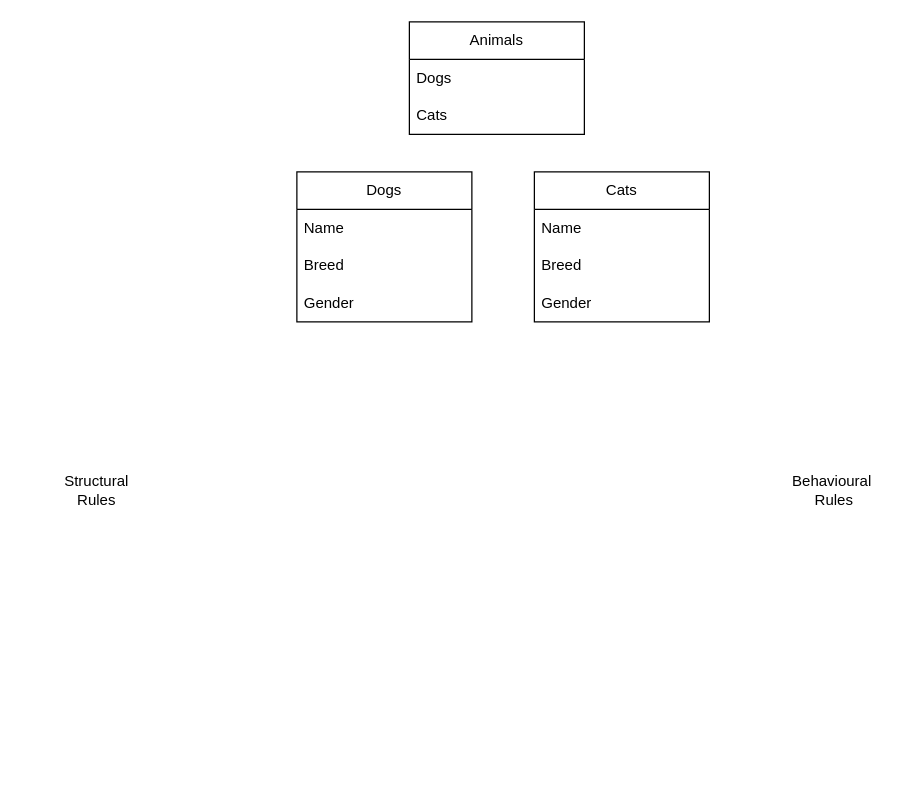
The draw.io diagram erd.drawio in Jubibani/Jubibani, before the edit. Source tidied: cells renumbered, new cells numbered last; positions are measured from the earlier drawing's top-left corner, leaving out a move shared by most shapes. Both pictures are drawn from the tidied source at 125%, with x=0, y=0 at pixel (59, 21).
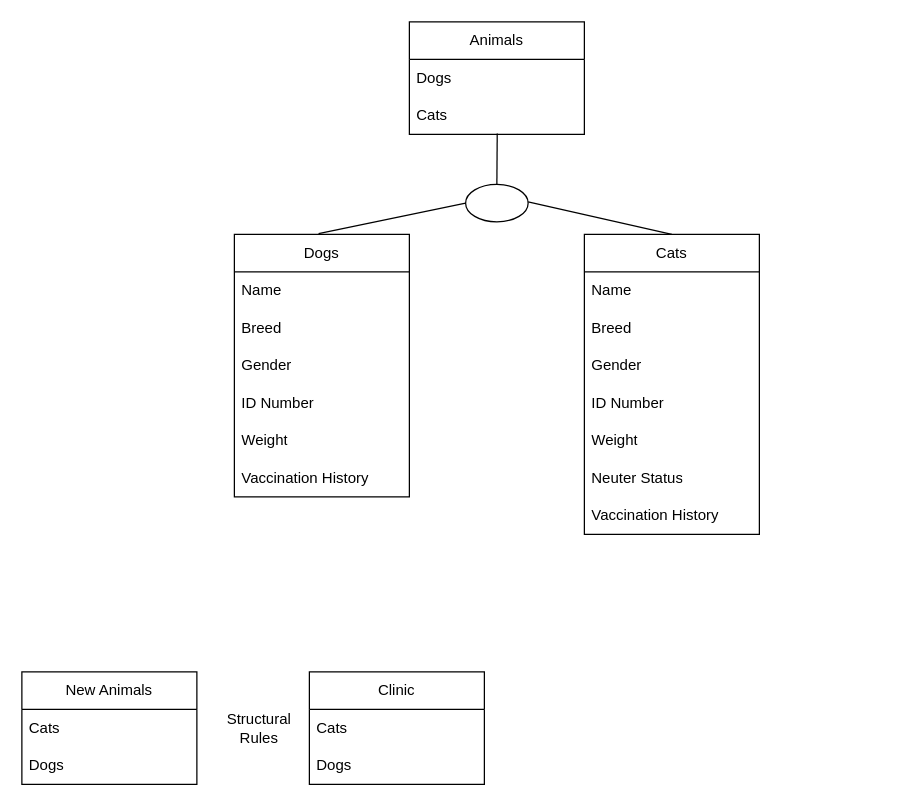
The same page after the edit.

Unchanged cells that the change refers to:
```xml
<mxCell id="4" value="Cats" style="text;strokeColor=none;fillColor=none;align=left;verticalAlign=middle;spacingLeft=4;spacingRight=4;overflow=hidden;points=[[0,0.5],[1,0.5]];portConstraint=eastwest;whiteSpace=wrap;html=1;" parent="2" vertex="1">
  <mxGeometry y="60" width="140" height="30" as="geometry" />
</mxCell>
```

Change to the diagram source:
```diff
@@
     <mxCell id="5" value="Dogs" style="swimlane;fontStyle=0;horizontal=1;startSize=30;whiteSpace=wrap;html=1;" parent="1" vertex="1">
-      <mxGeometry x="190" y="120" width="140" height="120" as="geometry" />
+      <mxGeometry x="140" y="170" width="140" height="210" as="geometry" />
     </mxCell>
@@
+    <mxCell id="15" value="ID Number" style="text;strokeColor=none;fillColor=none;align=left;verticalAlign=middle;spacingLeft=4;spacingRight=4;overflow=hidden;whiteSpace=wrap;html=1;" parent="5" vertex="1">
+      <mxGeometry y="120" width="140" height="30" as="geometry" />
+    </mxCell>
+    <mxCell id="16" value="Weight" style="text;strokeColor=none;fillColor=none;align=left;verticalAlign=middle;spacingLeft=4;spacingRight=4;overflow=hidden;whiteSpace=wrap;html=1;" parent="5" vertex="1">
+      <mxGeometry y="150" width="140" height="30" as="geometry" />
+    </mxCell>
+    <mxCell id="17" value="Vaccination History" style="text;strokeColor=none;fillColor=none;align=left;verticalAlign=middle;spacingLeft=4;spacingRight=4;overflow=hidden;whiteSpace=wrap;html=1;" parent="5" vertex="1">
+      <mxGeometry y="180" width="140" height="30" as="geometry" />
+    </mxCell>
+    <mxCell id="13" value="Structural Rules" style="text;html=1;strokeColor=none;fillColor=none;align=center;verticalAlign=middle;whiteSpace=wrap;rounded=0;" parent="1" vertex="1">
+      <mxGeometry x="130" y="550" width="60" height="30" as="geometry" />
+    </mxCell>
+    <mxCell id="18" value="New Animals" style="swimlane;fontStyle=0;horizontal=1;startSize=30;whiteSpace=wrap;html=1;" parent="1" vertex="1">
+      <mxGeometry x="-30" y="520" width="140" height="90" as="geometry" />
+    </mxCell>
+    <mxCell id="19" value="Cats" style="text;strokeColor=none;fillColor=none;align=left;verticalAlign=middle;spacingLeft=4;spacingRight=4;overflow=hidden;whiteSpace=wrap;html=1;" parent="18" vertex="1">
+      <mxGeometry y="30" width="140" height="30" as="geometry" />
+    </mxCell>
+    <mxCell id="20" value="Dogs" style="text;strokeColor=none;fillColor=none;align=left;verticalAlign=middle;spacingLeft=4;spacingRight=4;overflow=hidden;whiteSpace=wrap;html=1;" parent="18" vertex="1">
+      <mxGeometry y="60" width="140" height="30" as="geometry" />
+    </mxCell>
+    <mxCell id="21" value="Clinic" style="swimlane;fontStyle=0;horizontal=1;startSize=30;whiteSpace=wrap;html=1;" parent="1" vertex="1">
+      <mxGeometry x="200" y="520" width="140" height="90" as="geometry" />
+    </mxCell>
+    <mxCell id="22" value="Cats" style="text;strokeColor=none;fillColor=none;align=left;verticalAlign=middle;spacingLeft=4;spacingRight=4;overflow=hidden;whiteSpace=wrap;html=1;" parent="21" vertex="1">
+      <mxGeometry y="30" width="140" height="30" as="geometry" />
+    </mxCell>
+    <mxCell id="23" value="Dogs" style="text;strokeColor=none;fillColor=none;align=left;verticalAlign=middle;spacingLeft=4;spacingRight=4;overflow=hidden;whiteSpace=wrap;html=1;" parent="21" vertex="1">
+      <mxGeometry y="60" width="140" height="30" as="geometry" />
+    </mxCell>
     <mxCell id="9" value="Cats" style="swimlane;fontStyle=0;horizontal=1;startSize=30;whiteSpace=wrap;html=1;" parent="1" vertex="1">
-      <mxGeometry x="380" y="120" width="140" height="120" as="geometry" />
+      <mxGeometry x="420" y="170" width="140" height="240" as="geometry" />
     </mxCell>
@@
-    <mxCell id="13" value="Structural Rules" style="text;html=1;strokeColor=none;fillColor=none;align=center;verticalAlign=middle;whiteSpace=wrap;rounded=0;" parent="1" vertex="1">
-      <mxGeometry y="360" width="60" height="30" as="geometry" />
-    </mxCell>
-    <mxCell id="14" value="Behavioural&amp;nbsp;&lt;br&gt;Rules" style="text;html=1;strokeColor=none;fillColor=none;align=center;verticalAlign=middle;whiteSpace=wrap;rounded=0;" parent="1" vertex="1">
-      <mxGeometry x="590" y="360" width="60" height="30" as="geometry" />
-    </mxCell>
+    <mxCell id="24" value="ID Number" style="text;strokeColor=none;fillColor=none;align=left;verticalAlign=middle;spacingLeft=4;spacingRight=4;overflow=hidden;whiteSpace=wrap;html=1;" parent="9" vertex="1">
+      <mxGeometry y="120" width="140" height="30" as="geometry" />
+    </mxCell>
+    <mxCell id="25" value="Weight" style="text;strokeColor=none;fillColor=none;align=left;verticalAlign=middle;spacingLeft=4;spacingRight=4;overflow=hidden;whiteSpace=wrap;html=1;" parent="9" vertex="1">
+      <mxGeometry y="150" width="140" height="30" as="geometry" />
+    </mxCell>
+    <mxCell id="26" value="Neuter Status" style="text;strokeColor=none;fillColor=none;align=left;verticalAlign=middle;spacingLeft=4;spacingRight=4;overflow=hidden;whiteSpace=wrap;html=1;" parent="9" vertex="1">
+      <mxGeometry y="180" width="140" height="30" as="geometry" />
+    </mxCell>
+    <mxCell id="27" value="Vaccination History" style="text;strokeColor=none;fillColor=none;align=left;verticalAlign=middle;spacingLeft=4;spacingRight=4;overflow=hidden;whiteSpace=wrap;html=1;" parent="9" vertex="1">
+      <mxGeometry y="210" width="140" height="30" as="geometry" />
+    </mxCell>
+    <mxCell id="28" style="ellipse;whiteSpace=wrap;html=1;align=center;" parent="1" vertex="1">
+      <mxGeometry x="325" y="130" width="50" height="30" as="geometry" />
+    </mxCell>
+    <mxCell id="29" style="endArrow=none;html=1;rounded=0;exitX=0.502;exitY=0.978;exitDx=0;exitDy=0;exitPerimeter=0;entryX=0.5;entryY=0;entryDx=0;entryDy=0;" parent="1" edge="1" source="4" target="28">
+      <mxGeometry relative="1" as="geometry" />
+    </mxCell>
+    <mxCell id="30" style="endArrow=none;html=1;rounded=0;exitX=0.481;exitY=-0.003;exitDx=0;exitDy=0;exitPerimeter=0;entryX=0;entryY=0.5;entryDx=0;entryDy=0;" parent="1" edge="1" source="5" target="28">
+      <mxGeometry relative="1" as="geometry" />
+    </mxCell>
+    <mxCell id="31" style="endArrow=none;html=1;rounded=0;exitX=0.481;exitY=-0.003;exitDx=0;exitDy=0;exitPerimeter=0;entryX=0.5;entryY=0;entryDx=0;entryDy=0;" parent="1" edge="1" target="9">
+      <mxGeometry relative="1" as="geometry">
+        <mxPoint x="375" y="144" as="sourcePoint" />
+      </mxGeometry>
+    </mxCell>
```
